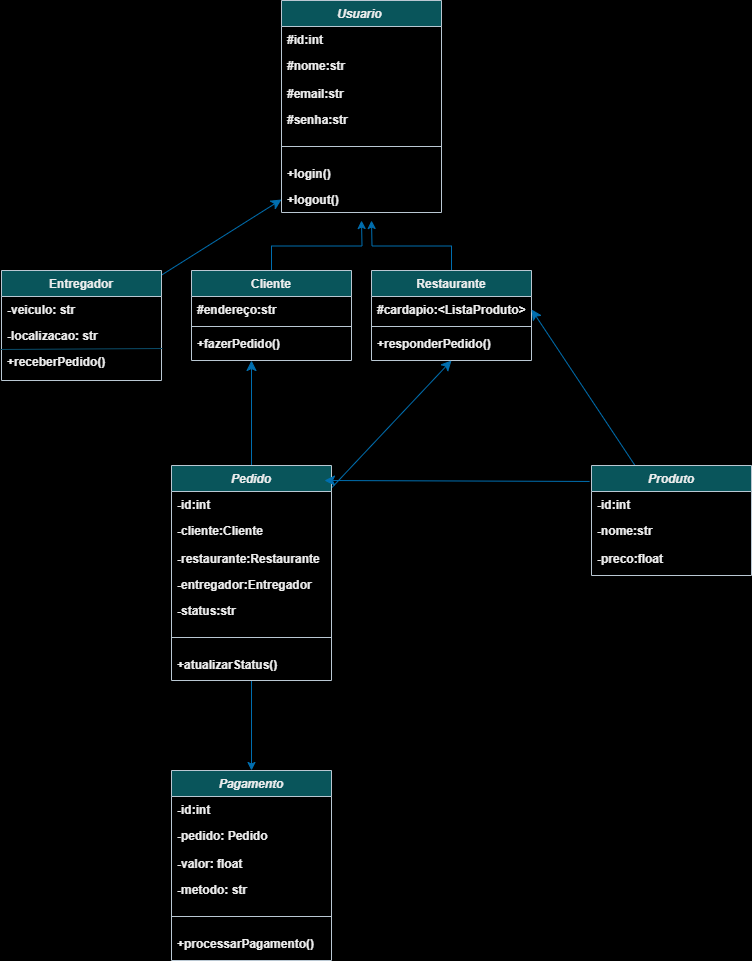
Earlier version of the draw.io export Diagrama de classes DSC.png (luisfelipesantiago/Diagrama-de-classes). Source tidied: cells renumbered, new cells last; positions are measured from the earlier drawing's top-left corner, leaving out a move shared by most shapes.
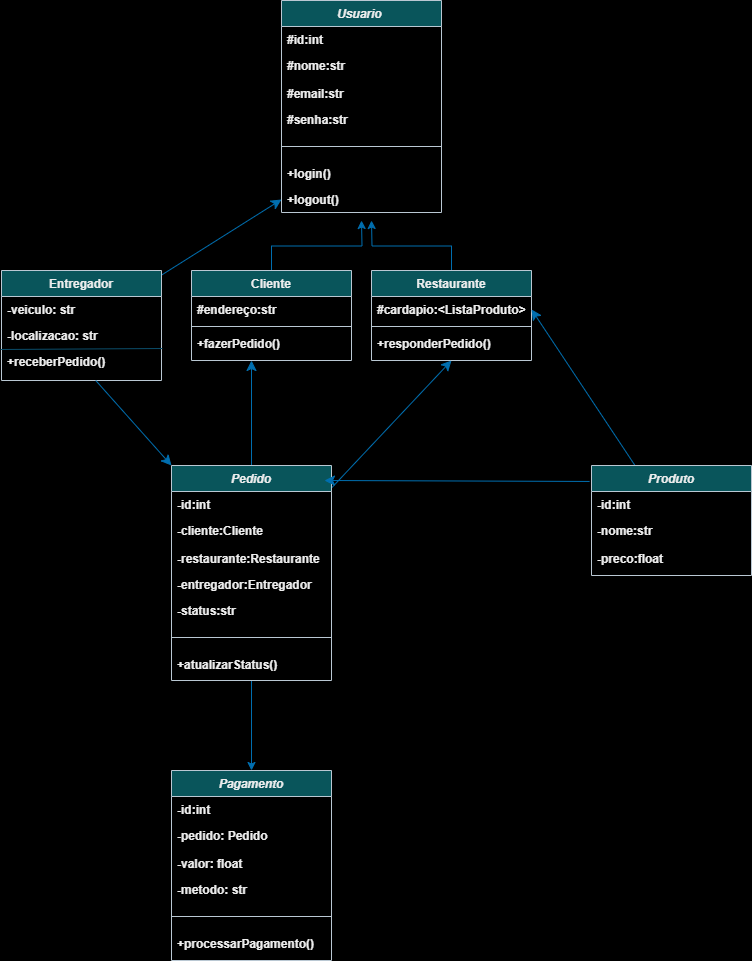
The same diagram one commit later.

Diff of the diagram source:
```diff
@@ -155,5 +155,8 @@
         <mxPoint x="323" y="480" as="targetPoint" />
       </mxGeometry>
     </mxCell>
+    <mxCell id="50" style="edgeStyle=none;curved=1;rounded=0;jettySize=auto;html=1;entryX=0;entryY=0;entryDx=0;entryDy=0;fontSize=12;startSize=8;endSize=8;fillColor=#1ba1e2;strokeColor=#006EAF;" parent="1" edge="1" source="48" target="28">
+      <mxGeometry relative="1" as="geometry" />
+    </mxCell>
   </root>
 </mxGraphModel>
```
